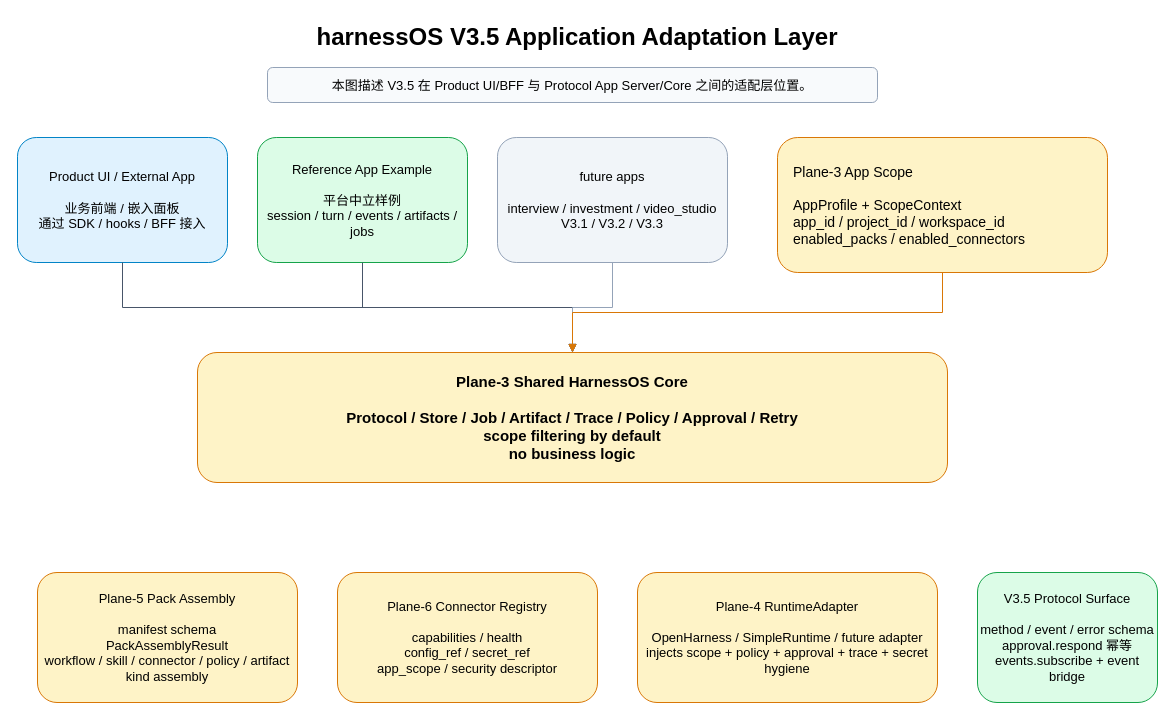
Earlier version of the draw.io diagram harnessOS/docs/design/V3.5/diagrams/01_v3_5_application_adaptation_layer_baseline.drawio (ljx418/meeting-voice-assistant). Source tidied: cells renumbered, new cells numbered last; positions are measured from the earlier drawing's top-left corner, leaving out a move shared by most shapes. Both pictures are drawn from the tidied source at 100%, with x=0, y=0 at pixel (17, 17).
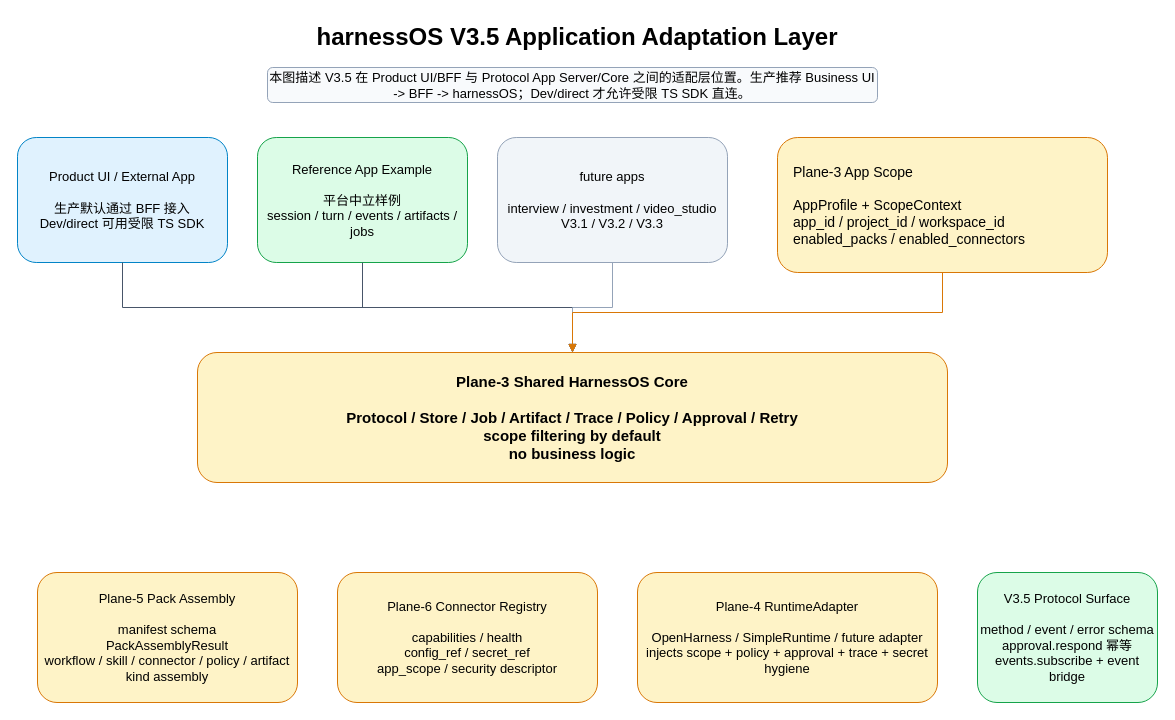
The same page after the edit.

The edit, as a diff of the source:
```diff
@@
 <mxGraphModel>
   <root>
     <mxCell id="0" />
     <mxCell id="1" parent="0" />
     <mxCell id="2" value="harnessOS V3.5 Application Adaptation Layer" style="text;html=1;strokeColor=none;fillColor=none;align=center;verticalAlign=middle;whiteSpace=wrap;fontSize=24;fontStyle=1;" parent="1" vertex="1">
       <mxGeometry x="180" width="760" height="40" as="geometry" />
     </mxCell>
-    <mxCell id="3" value="本图描述 V3.5 在 Product UI/BFF 与 Protocol App Server/Core 之间的适配层位置。" style="rounded=1;whiteSpace=wrap;html=1;fillColor=#F8FAFC;strokeColor=#94A3B8;fontSize=13;align=center;" parent="1" vertex="1">
+    <mxCell id="3" value="本图描述 V3.5 在 Product UI/BFF 与 Protocol App Server/Core 之间的适配层位置。生产推荐 Business UI -&gt; BFF -&gt; harnessOS；Dev/direct 才允许受限 TS SDK 直连。" style="rounded=1;whiteSpace=wrap;html=1;fillColor=#F8FAFC;strokeColor=#94A3B8;fontSize=13;align=center;" parent="1" vertex="1">
       <mxGeometry x="250" y="50" width="610" height="35" as="geometry" />
     </mxCell>
-    <mxCell id="4" value="Product UI / External App&lt;br&gt;&lt;br&gt;业务前端 / 嵌入面板&lt;br&gt;通过 SDK / hooks / BFF 接入" style="rounded=1;whiteSpace=wrap;html=1;fillColor=#E0F2FE;strokeColor=#0284C7;fontSize=13;align=center;" parent="1" vertex="1">
+    <mxCell id="4" value="Product UI / External App&lt;br&gt;&lt;br&gt;生产默认通过 BFF 接入&lt;br&gt;Dev/direct 可用受限 TS SDK" style="rounded=1;whiteSpace=wrap;html=1;fillColor=#E0F2FE;strokeColor=#0284C7;fontSize=13;align=center;" parent="1" vertex="1">
       <mxGeometry y="120" width="210" height="125" as="geometry" />
     </mxCell>
     <mxCell id="5" value="Reference App Example&lt;br&gt;&lt;br&gt;平台中立样例&lt;br&gt;session / turn / events / artifacts / jobs" style="rounded=1;whiteSpace=wrap;html=1;fillColor=#DCFCE7;strokeColor=#16A34A;fontSize=13;align=center;" parent="1" vertex="1">
       <mxGeometry x="240" y="120" width="210" height="125" as="geometry" />
     </mxCell>
     <mxCell id="6" value="future apps&lt;br&gt;&lt;br&gt;interview / investment / video_studio&lt;br&gt;V3.1 / V3.2 / V3.3" style="rounded=1;whiteSpace=wrap;html=1;fillColor=#F1F5F9;strokeColor=#94A3B8;fontSize=13;align=center;" parent="1" vertex="1">
       <mxGeometry x="480" y="120" width="230" height="125" as="geometry" />
     </mxCell>
     <mxCell id="7" value="Plane-3 App Scope&lt;br&gt;&lt;br&gt;AppProfile + ScopeContext&lt;br&gt;app_id / project_id / workspace_id&lt;br&gt;enabled_packs / enabled_connectors" style="rounded=1;whiteSpace=wrap;html=1;fillColor=#FEF3C7;strokeColor=#D97706;fontSize=14;align=left;spacingLeft=14;" parent="1" vertex="1">
       <mxGeometry x="760" y="120" width="330" height="135" as="geometry" />
     </mxCell>
     <mxCell id="8" value="Plane-3 Shared HarnessOS Core&lt;br&gt;&lt;br&gt;Protocol / Store / Job / Artifact / Trace / Policy / Approval / Retry&lt;br&gt;scope filtering by default&lt;br&gt;no business logic" style="rounded=1;whiteSpace=wrap;html=1;fillColor=#FEF3C7;strokeColor=#D97706;fontSize=15;fontStyle=1;align=center;" parent="1" vertex="1">
       <mxGeometry x="180" y="335" width="750" height="130" as="geometry" />
     </mxCell>
     <mxCell id="9" value="Plane-5 Pack Assembly&lt;br&gt;&lt;br&gt;manifest schema&lt;br&gt;PackAssemblyResult&lt;br&gt;workflow / skill / connector / policy / artifact kind assembly" style="rounded=1;whiteSpace=wrap;html=1;fillColor=#FEF3C7;strokeColor=#D97706;fontSize=13;align=center;" parent="1" vertex="1">
       <mxGeometry x="20" y="555" width="260" height="130" as="geometry" />
     </mxCell>
     <mxCell id="10" value="Plane-6 Connector Registry&lt;br&gt;&lt;br&gt;capabilities / health&lt;br&gt;config_ref / secret_ref&lt;br&gt;app_scope / security descriptor" style="rounded=1;whiteSpace=wrap;html=1;fillColor=#FEF3C7;strokeColor=#D97706;fontSize=13;align=center;" parent="1" vertex="1">
       <mxGeometry x="320" y="555" width="260" height="130" as="geometry" />
     </mxCell>
     <mxCell id="11" value="Plane-4 RuntimeAdapter&lt;br&gt;&lt;br&gt;OpenHarness / SimpleRuntime / future adapter&lt;br&gt;injects scope + policy + approval + trace + secret hygiene" style="rounded=1;whiteSpace=wrap;html=1;fillColor=#FEF3C7;strokeColor=#D97706;fontSize=13;align=center;" parent="1" vertex="1">
       <mxGeometry x="620" y="555" width="300" height="130" as="geometry" />
     </mxCell>
     <mxCell id="12" value="V3.5 Protocol Surface&lt;br&gt;&lt;br&gt;method / event / error schema&lt;br&gt;approval.respond 幂等&lt;br&gt;events.subscribe + event bridge" style="rounded=1;whiteSpace=wrap;html=1;fillColor=#DCFCE7;strokeColor=#16A34A;fontSize=13;align=center;" parent="1" vertex="1">
       <mxGeometry x="960" y="555" width="180" height="130" as="geometry" />
     </mxCell>
     <mxCell id="13" style="edgeStyle=orthogonalEdgeStyle;rounded=0;html=1;strokeColor=#475569;endArrow=block;endFill=1;" parent="1" edge="1" source="4" target="8">
       <mxGeometry relative="1" as="geometry" />
     </mxCell>
     <mxCell id="14" style="edgeStyle=orthogonalEdgeStyle;rounded=0;html=1;strokeColor=#475569;endArrow=block;endFill=1;" parent="1" edge="1" source="5" target="8">
       <mxGeometry relative="1" as="geometry" />
     </mxCell>
     <mxCell id="15" style="edgeStyle=orthogonalEdgeStyle;rounded=0;html=1;strokeColor=#94A3B8;endArrow=block;endFill=1;" parent="1" edge="1" source="6" target="8">
       <mxGeometry relative="1" as="geometry" />
     </mxCell>
     <mxCell id="16" style="edgeStyle=orthogonalEdgeStyle;rounded=0;html=1;strokeColor=#D97706;endArrow=block;endFill=1;" parent="1" edge="1" source="7" target="8">
       <mxGeometry relative="1" as="geometry" />
     </mxCell>
   </root>
 </mxGraphModel>
```
